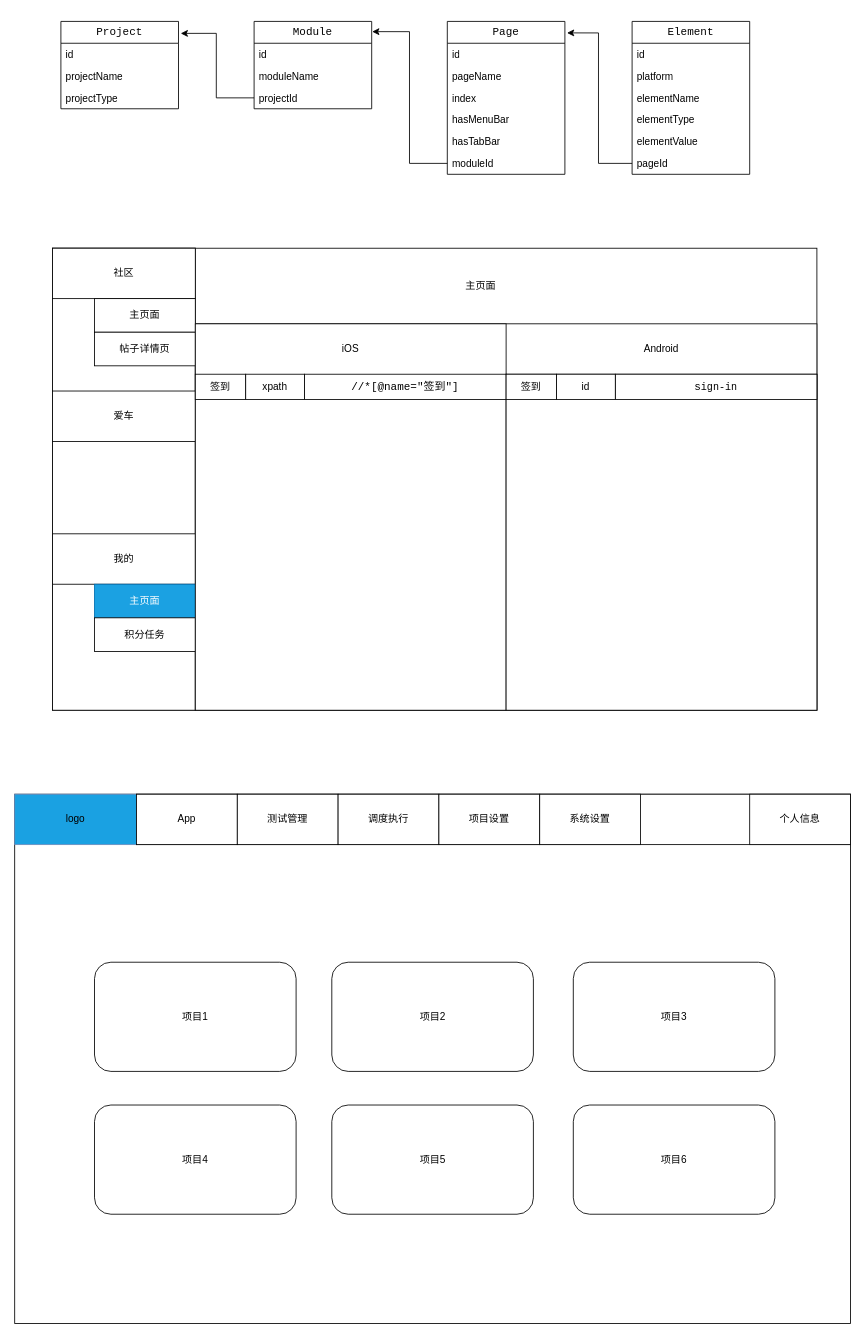
Above: appium.drawio in chengmo23/draw.io (draw.io), before the change. Source tidied: cells renumbered, new cells numbered last; positions are measured from the earlier drawing's top-left corner, leaving out a move shared by most shapes. Both pictures are drawn from the tidied source at 84%, with x=0, y=0 at pixel (14, 21).
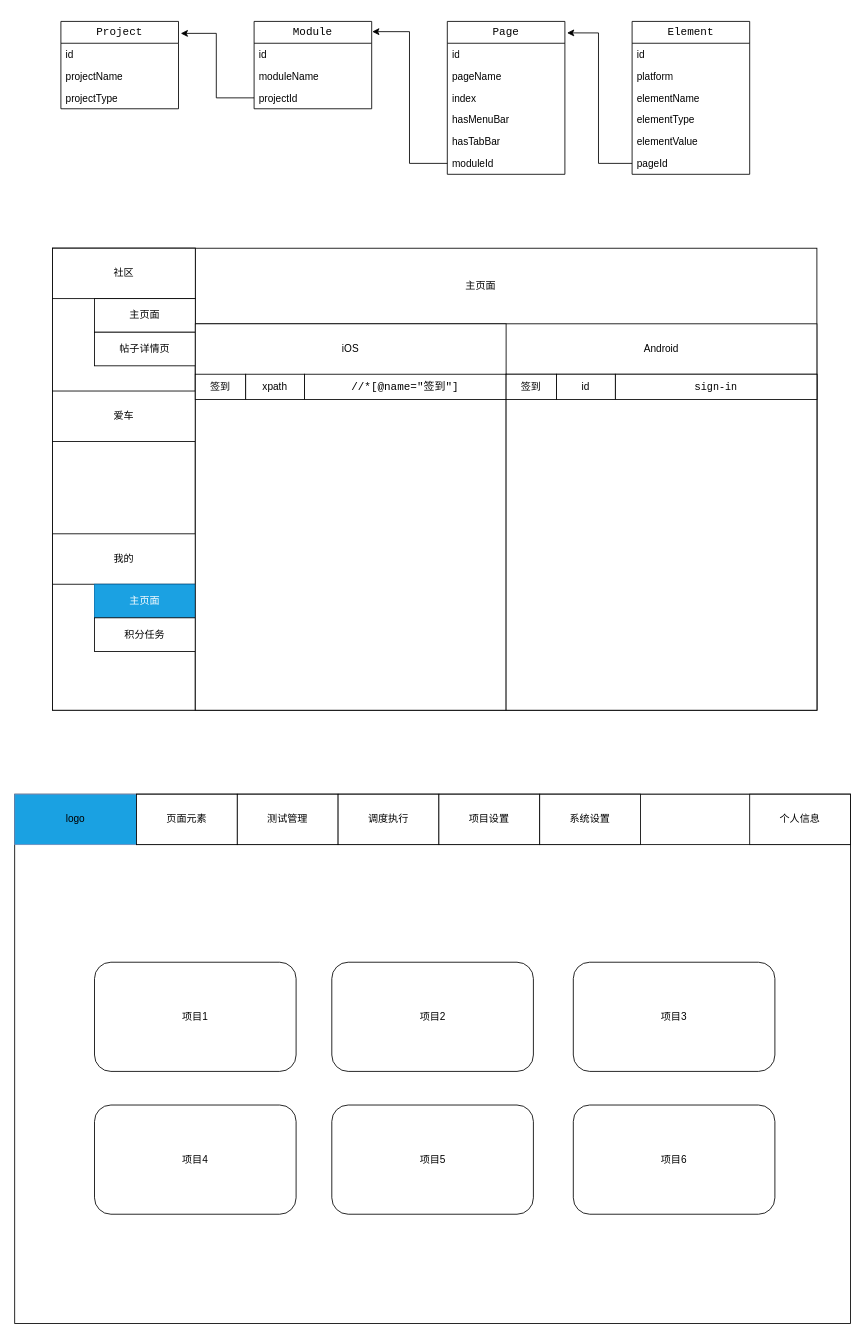
Above is the later version.

Change to the diagram source:
```diff
@@
-    <mxCell id="51" value="App" style="rounded=0;whiteSpace=wrap;html=1;" parent="1" vertex="1">
+    <mxCell id="51" value="页面元素" style="rounded=0;whiteSpace=wrap;html=1;" parent="1" vertex="1">
       <mxGeometry x="145" y="920" width="120" height="60" as="geometry" />
     </mxCell>
```
